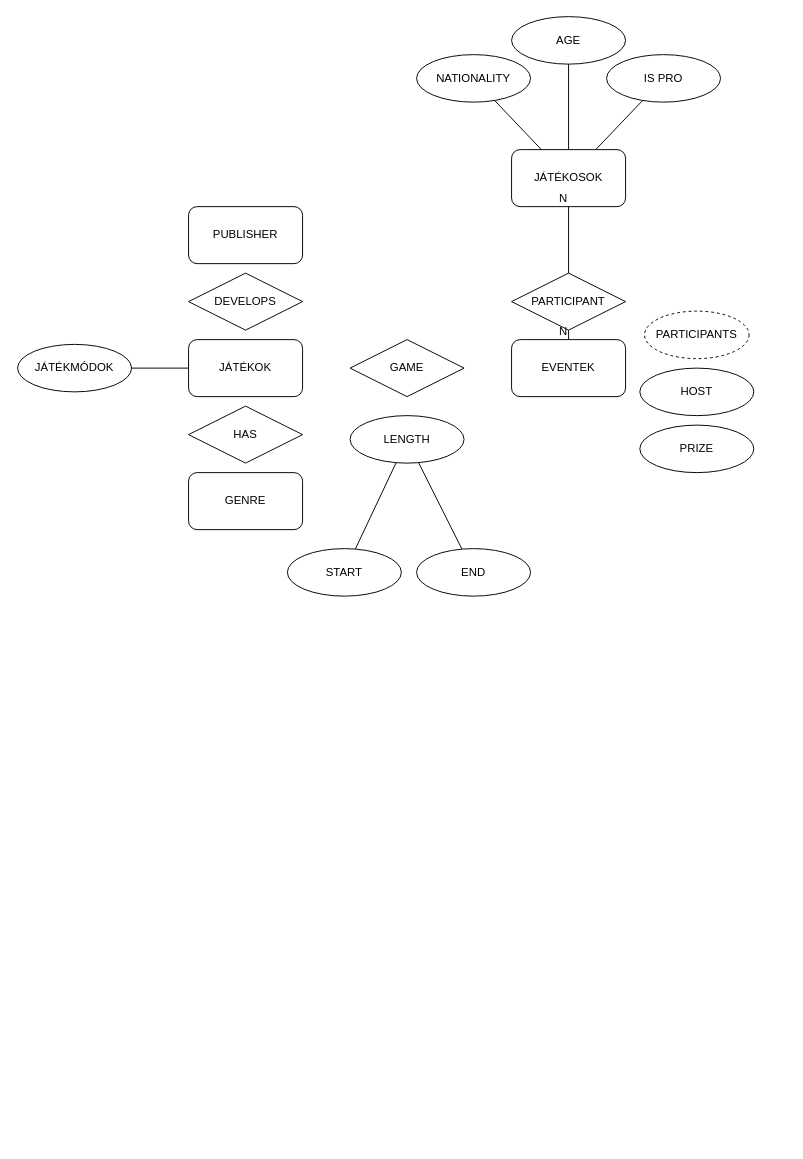
Earlier version of the draw.io diagram Wireframe/DATABASE_WIREFRAME.drawio (Travis-Scooter/eSportHub). Source tidied: cells renumbered, new cells numbered last; positions are measured from the earlier drawing's top-left corner, leaving out a move shared by most shapes. Both pictures are drawn from the tidied source at 95%, with x=0, y=0 at pixel (17, 16).
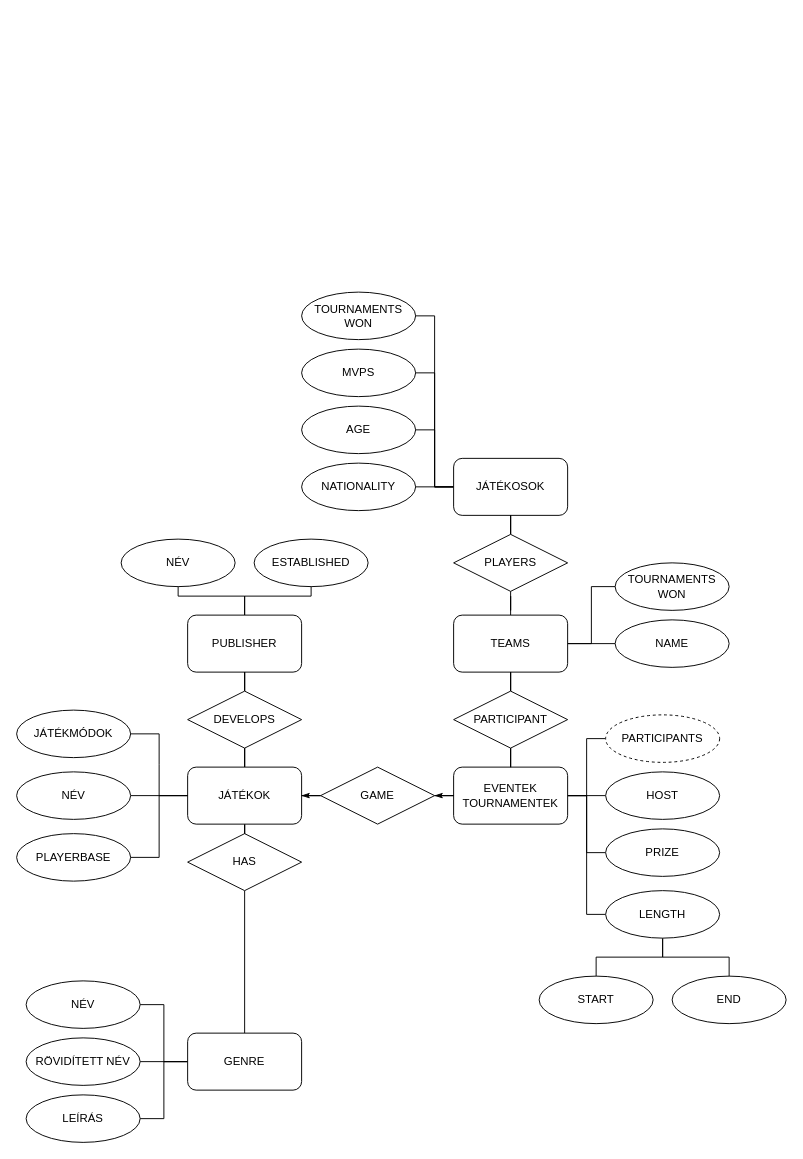
After the change.

Commit message:
finished database wireframe

What changed in the source:
```diff
@@
+    <mxCell id="10" style="edgeStyle=orthogonalEdgeStyle;rounded=0;jettySize=auto;html=1;entryX=1;entryY=0.5;entryDx=0;entryDy=0;endArrow=none;endFill=0;" parent="1" edge="1" source="2" target="7">
+      <mxGeometry relative="1" as="geometry" />
+    </mxCell>
+    <mxCell id="11" style="edgeStyle=orthogonalEdgeStyle;rounded=0;jettySize=auto;html=1;entryX=1;entryY=0.5;entryDx=0;entryDy=0;endArrow=none;endFill=0;" parent="1" edge="1" source="2" target="8">
+      <mxGeometry relative="1" as="geometry" />
+    </mxCell>
+    <mxCell id="31" style="edgeStyle=orthogonalEdgeStyle;rounded=0;jettySize=auto;html=1;entryX=1;entryY=0.5;entryDx=0;entryDy=0;endArrow=none;endFill=0;" parent="1" edge="1" source="2" target="61">
+      <mxGeometry relative="1" as="geometry" />
+    </mxCell>
+    <mxCell id="32" style="edgeStyle=orthogonalEdgeStyle;rounded=0;jettySize=auto;html=1;entryX=1;entryY=0.5;entryDx=0;entryDy=0;endArrow=none;endFill=0;" parent="1" edge="1" source="2" target="62">
+      <mxGeometry relative="1" as="geometry" />
+    </mxCell>
     <mxCell id="2" value="JÁTÉKOSOK" style="rounded=1;whiteSpace=wrap;html=1;" parent="1" vertex="1">
-      <mxGeometry x="520" y="140" width="120" height="60" as="geometry" />
+      <mxGeometry x="459" y="465" width="120" height="60" as="geometry" />
     </mxCell>
+    <mxCell id="33" style="edgeStyle=entityRelationEdgeStyle;rounded=0;jettySize=auto;html=1;curved=0;strokeColor=default;endArrow=none;endFill=0;" parent="1" edge="1" source="3" target="53">
+      <mxGeometry relative="1" as="geometry" />
+    </mxCell>
+    <mxCell id="34" style="edgeStyle=orthogonalEdgeStyle;rounded=0;jettySize=auto;html=1;endArrow=none;endFill=0;" parent="1" edge="1" source="3" target="29">
+      <mxGeometry relative="1" as="geometry" />
+    </mxCell>
+    <mxCell id="35" style="edgeStyle=orthogonalEdgeStyle;rounded=0;jettySize=auto;html=1;entryX=0.5;entryY=1;entryDx=0;entryDy=0;endArrow=none;endFill=0;" parent="1" edge="1" source="3" target="28">
+      <mxGeometry relative="1" as="geometry" />
+    </mxCell>
     <mxCell id="3" value="JÁTÉKOK" style="rounded=1;whiteSpace=wrap;html=1;" parent="1" vertex="1">
-      <mxGeometry x="180" y="340" width="120" height="60" as="geometry" />
+      <mxGeometry x="179" y="790" width="120" height="60" as="geometry" />
     </mxCell>
-    <mxCell id="4" value="EVENTEK" style="rounded=1;whiteSpace=wrap;html=1;" parent="1" vertex="1">
-      <mxGeometry x="520" y="340" width="120" height="60" as="geometry" />
-    </mxCell>
+    <mxCell id="36" style="edgeStyle=orthogonalEdgeStyle;rounded=0;jettySize=auto;html=1;entryX=0;entryY=0.5;entryDx=0;entryDy=0;endArrow=none;endFill=0;" parent="1" edge="1" source="40" target="26">
+      <mxGeometry relative="1" as="geometry" />
+    </mxCell>
+    <mxCell id="37" style="edgeStyle=orthogonalEdgeStyle;rounded=0;jettySize=auto;html=1;entryX=0;entryY=0.5;entryDx=0;entryDy=0;endArrow=none;endFill=0;" parent="1" edge="1" source="40" target="19">
+      <mxGeometry relative="1" as="geometry" />
+    </mxCell>
+    <mxCell id="38" style="edgeStyle=orthogonalEdgeStyle;rounded=0;jettySize=auto;html=1;entryX=0;entryY=0.5;entryDx=0;entryDy=0;endArrow=none;endFill=0;" parent="1" edge="1" source="40" target="18">
+      <mxGeometry relative="1" as="geometry" />
+    </mxCell>
+    <mxCell id="39" style="edgeStyle=orthogonalEdgeStyle;rounded=0;jettySize=auto;html=1;entryX=0;entryY=0.5;entryDx=0;entryDy=0;endArrow=none;endFill=0;" parent="1" edge="1" source="40" target="15">
+      <mxGeometry relative="1" as="geometry" />
+    </mxCell>
+    <mxCell id="40" value="EVENTEK&lt;br&gt;TOURNAMENTEK" style="rounded=1;whiteSpace=wrap;html=1;" parent="1" vertex="1">
+      <mxGeometry x="459" y="790" width="120" height="60" as="geometry" />
+    </mxCell>
     <mxCell id="5" value="JÁTÉKMÓDO&lt;span style=&quot;background-color: transparent; color: light-dark(rgb(0, 0, 0), rgb(255, 255, 255));&quot;&gt;K&lt;/span&gt;" style="ellipse;whiteSpace=wrap;html=1;" parent="1" vertex="1">
-      <mxGeometry y="345" width="120" height="50" as="geometry" />
+      <mxGeometry x="-1" y="730" width="120" height="50" as="geometry" />
     </mxCell>
@@
     <mxCell id="7" value="NATIONALITY" style="ellipse;whiteSpace=wrap;html=1;" parent="1" vertex="1">
-      <mxGeometry x="420" y="40" width="120" height="50" as="geometry" />
+      <mxGeometry x="299" y="470" width="120" height="50" as="geometry" />
     </mxCell>
     <mxCell id="8" value="AGE" style="ellipse;whiteSpace=wrap;html=1;" parent="1" vertex="1">
-      <mxGeometry x="520" width="120" height="50" as="geometry" />
+      <mxGeometry x="299" y="410" width="120" height="50" as="geometry" />
     </mxCell>
-    <mxCell id="9" value="IS PRO" style="ellipse;whiteSpace=wrap;html=1;" parent="1" vertex="1">
-      <mxGeometry x="620" y="40" width="120" height="50" as="geometry" />
-    </mxCell>
-    <mxCell id="10" style="endArrow=none;html=1;rounded=0;" parent="1" edge="1" source="2" target="7">
-      <mxGeometry relative="1" as="geometry" />
-    </mxCell>
-    <mxCell id="11" style="endArrow=none;html=1;rounded=0;" parent="1" edge="1" source="2" target="8">
-      <mxGeometry relative="1" as="geometry" />
-    </mxCell>
-    <mxCell id="12" style="endArrow=none;html=1;rounded=0;" parent="1" edge="1" source="9" target="2">
-      <mxGeometry relative="1" as="geometry" />
-    </mxCell>
+    <mxCell id="41" value="TOURNAMENTS WON" style="ellipse;whiteSpace=wrap;html=1;" parent="1" vertex="1">
+      <mxGeometry x="629" y="575" width="120" height="50" as="geometry" />
+    </mxCell>
     <mxCell id="13" value="START" style="ellipse;whiteSpace=wrap;html=1;" parent="1" vertex="1">
-      <mxGeometry x="284" y="560" width="120" height="50" as="geometry" />
+      <mxGeometry x="549" y="1010" width="120" height="50" as="geometry" />
     </mxCell>
     <mxCell id="14" value="END" style="ellipse;whiteSpace=wrap;html=1;" parent="1" vertex="1">
-      <mxGeometry x="420" y="560" width="120" height="50" as="geometry" />
+      <mxGeometry x="689" y="1010" width="120" height="50" as="geometry" />
     </mxCell>
-    <mxCell id="15" value="LENGTH" style="ellipse;whiteSpace=wrap;html=1;" parent="1" vertex="1">
-      <mxGeometry x="350" y="420" width="120" height="50" as="geometry" />
-    </mxCell>
-    <mxCell id="16" style="endArrow=none;html=1;rounded=0;" parent="1" edge="1" source="15" target="13">
+    <mxCell id="16" style="edgeStyle=orthogonalEdgeStyle;rounded=0;jettySize=auto;html=1;entryX=0.5;entryY=0;entryDx=0;entryDy=0;endArrow=none;endFill=0;" parent="1" edge="1" source="15" target="13">
       <mxGeometry relative="1" as="geometry" />
     </mxCell>
-    <mxCell id="17" style="endArrow=none;html=1;rounded=0;" parent="1" edge="1" source="15" target="14">
+    <mxCell id="17" style="edgeStyle=orthogonalEdgeStyle;rounded=0;jettySize=auto;html=1;entryX=0.5;entryY=0;entryDx=0;entryDy=0;endArrow=none;endFill=0;" parent="1" edge="1" source="15" target="14">
       <mxGeometry relative="1" as="geometry" />
     </mxCell>
+    <mxCell id="15" value="LENGTH" style="ellipse;whiteSpace=wrap;html=1;" parent="1" vertex="1">
+      <mxGeometry x="619" y="920" width="120" height="50" as="geometry" />
+    </mxCell>
     <mxCell id="18" value="HOST" style="ellipse;whiteSpace=wrap;html=1;" parent="1" vertex="1">
-      <mxGeometry x="655" y="370" width="120" height="50" as="geometry" />
+      <mxGeometry x="619" y="795" width="120" height="50" as="geometry" />
     </mxCell>
     <mxCell id="19" value="PRIZE" style="ellipse;whiteSpace=wrap;html=1;" parent="1" vertex="1">
-      <mxGeometry x="655" y="430" width="120" height="50" as="geometry" />
+      <mxGeometry x="619" y="855" width="120" height="50" as="geometry" />
     </mxCell>
+    <mxCell id="42" style="edgeStyle=orthogonalEdgeStyle;rounded=0;jettySize=auto;html=1;entryX=0.5;entryY=0;entryDx=0;entryDy=0;endArrow=none;endFill=0;" parent="1" edge="1" source="20" target="40">
+      <mxGeometry relative="1" as="geometry" />
+    </mxCell>
+    <mxCell id="43" style="edgeStyle=orthogonalEdgeStyle;rounded=0;jettySize=auto;html=1;entryX=0.5;entryY=1;entryDx=0;entryDy=0;endArrow=none;endFill=0;" parent="1" edge="1" source="20" target="68">
+      <mxGeometry relative="1" as="geometry" />
+    </mxCell>
     <mxCell id="20" value="PARTICIPANT" style="shape=rhombus;perimeter=rhombusPerimeter;whiteSpace=wrap;html=1;align=center;" parent="1" vertex="1">
-      <mxGeometry x="520" y="270" width="120" height="60" as="geometry" />
+      <mxGeometry x="459" y="710" width="120" height="60" as="geometry" />
     </mxCell>
-    <mxCell id="21" style="endArrow=none;html=1;rounded=0;entryX=0.5;entryY=0;entryDx=0;entryDy=0;exitX=0.5;exitY=1;exitDx=0;exitDy=0;" parent="1" edge="1" source="20" target="4">
-      <mxGeometry relative="1" as="geometry" />
-    </mxCell>
-    <mxCell id="22" value="N" style="html=1;whiteSpace=wrap;align=right;verticalAlign=bottom;" parent="21" vertex="1">
-      <mxGeometry x="1" relative="1" as="geometry" />
-    </mxCell>
-    <mxCell id="23" style="endArrow=none;html=1;rounded=0;entryX=0.5;entryY=1;entryDx=0;entryDy=0;exitX=0.5;exitY=0;exitDx=0;exitDy=0;" parent="1" edge="1" source="20" target="2">
-      <mxGeometry relative="1" as="geometry" />
-    </mxCell>
-    <mxCell id="24" value="N" style="html=1;whiteSpace=wrap;align=right;verticalAlign=bottom;" parent="23" vertex="1">
-      <mxGeometry x="1" relative="1" as="geometry" />
-    </mxCell>
+    <mxCell id="44" style="edgeStyle=orthogonalEdgeStyle;rounded=0;jettySize=auto;html=1;entryX=1;entryY=0.5;entryDx=0;entryDy=0;endArrow=classicThin;endFill=1;startArrow=none;startFill=0;" parent="1" edge="1" source="25" target="3">
+      <mxGeometry relative="1" as="geometry" />
+    </mxCell>
+    <mxCell id="45" style="edgeStyle=orthogonalEdgeStyle;rounded=0;jettySize=auto;html=1;entryX=0;entryY=0.5;entryDx=0;entryDy=0;endArrow=none;endFill=0;startArrow=classicThin;startFill=1;" parent="1" edge="1" source="25" target="40">
+      <mxGeometry relative="1" as="geometry" />
+    </mxCell>
     <mxCell id="25" value="GAME" style="shape=rhombus;perimeter=rhombusPerimeter;whiteSpace=wrap;html=1;align=center;" parent="1" vertex="1">
-      <mxGeometry x="350" y="340" width="120" height="60" as="geometry" />
+      <mxGeometry x="319" y="790" width="120" height="60" as="geometry" />
     </mxCell>
     <mxCell id="26" value="PARTICIPANTS" style="ellipse;whiteSpace=wrap;html=1;align=center;dashed=1;" parent="1" vertex="1">
-      <mxGeometry x="660" y="310" width="110" height="50" as="geometry" />
+      <mxGeometry x="619" y="735" width="120" height="50" as="geometry" />
     </mxCell>
+    <mxCell id="46" style="edgeStyle=orthogonalEdgeStyle;rounded=0;jettySize=auto;html=1;endArrow=none;endFill=0;" parent="1" edge="1" source="27" target="56">
+      <mxGeometry relative="1" as="geometry" />
+    </mxCell>
+    <mxCell id="47" style="edgeStyle=orthogonalEdgeStyle;rounded=0;jettySize=auto;html=1;endArrow=none;endFill=0;" parent="1" edge="1" source="27" target="57">
+      <mxGeometry relative="1" as="geometry" />
+    </mxCell>
     <mxCell id="27" value="PUBLISHER" style="rounded=1;whiteSpace=wrap;html=1;" parent="1" vertex="1">
-      <mxGeometry x="180" y="200" width="120" height="60" as="geometry" />
+      <mxGeometry x="179" y="630" width="120" height="60" as="geometry" />
     </mxCell>
+    <mxCell id="48" style="edgeStyle=orthogonalEdgeStyle;rounded=0;jettySize=auto;html=1;entryX=0.5;entryY=1;entryDx=0;entryDy=0;endArrow=none;endFill=0;" parent="1" edge="1" source="28" target="27">
+      <mxGeometry relative="1" as="geometry" />
+    </mxCell>
     <mxCell id="28" value="DEVELOPS" style="shape=rhombus;perimeter=rhombusPerimeter;whiteSpace=wrap;html=1;align=center;" parent="1" vertex="1">
-      <mxGeometry x="180" y="270" width="120" height="60" as="geometry" />
+      <mxGeometry x="179" y="710" width="120" height="60" as="geometry" />
     </mxCell>
+    <mxCell id="49" style="edgeStyle=orthogonalEdgeStyle;rounded=0;jettySize=auto;html=1;endArrow=none;endFill=0;" parent="1" edge="1" source="29" target="30">
+      <mxGeometry relative="1" as="geometry" />
+    </mxCell>
     <mxCell id="29" value="HAS" style="shape=rhombus;perimeter=rhombusPerimeter;whiteSpace=wrap;html=1;align=center;" parent="1" vertex="1">
-      <mxGeometry x="180" y="410" width="120" height="60" as="geometry" />
+      <mxGeometry x="179" y="860" width="120" height="60" as="geometry" />
     </mxCell>
+    <mxCell id="50" style="edgeStyle=orthogonalEdgeStyle;rounded=0;jettySize=auto;html=1;entryX=1;entryY=0.5;entryDx=0;entryDy=0;endArrow=none;endFill=0;" parent="1" edge="1" source="30" target="58">
+      <mxGeometry relative="1" as="geometry" />
+    </mxCell>
+    <mxCell id="51" style="edgeStyle=orthogonalEdgeStyle;rounded=0;jettySize=auto;html=1;entryX=1;entryY=0.5;entryDx=0;entryDy=0;endArrow=none;endFill=0;" parent="1" edge="1" source="30" target="59">
+      <mxGeometry relative="1" as="geometry" />
+    </mxCell>
+    <mxCell id="52" style="edgeStyle=orthogonalEdgeStyle;rounded=0;jettySize=auto;html=1;entryX=1;entryY=0.5;entryDx=0;entryDy=0;endArrow=none;endFill=0;" parent="1" edge="1" source="30" target="60">
+      <mxGeometry relative="1" as="geometry" />
+    </mxCell>
     <mxCell id="30" value="GENRE" style="rounded=1;whiteSpace=wrap;html=1;" parent="1" vertex="1">
-      <mxGeometry x="180" y="480" width="120" height="60" as="geometry" />
+      <mxGeometry x="179" y="1070" width="120" height="60" as="geometry" />
     </mxCell>
+    <mxCell id="53" value="NÉV" style="ellipse;whiteSpace=wrap;html=1;rounded=1;" parent="1" vertex="1">
+      <mxGeometry x="-1" y="795" width="120" height="50" as="geometry" />
+    </mxCell>
+    <mxCell id="54" value="PLAYERBASE" style="ellipse;whiteSpace=wrap;html=1;rounded=1;" parent="1" vertex="1">
+      <mxGeometry x="-1" y="860" width="120" height="50" as="geometry" />
+    </mxCell>
+    <mxCell id="55" style="edgeStyle=entityRelationEdgeStyle;rounded=0;jettySize=auto;html=1;curved=0;endArrow=none;endFill=0;exitX=0;exitY=0.5;exitDx=0;exitDy=0;entryX=1;entryY=0.5;entryDx=0;entryDy=0;startArrow=none;startFill=0;" parent="1" edge="1" source="3" target="54">
+      <mxGeometry relative="1" as="geometry" />
+    </mxCell>
+    <mxCell id="56" value="ESTABLISHED" style="ellipse;whiteSpace=wrap;html=1;rounded=1;" parent="1" vertex="1">
+      <mxGeometry x="249" y="550" width="120" height="50" as="geometry" />
+    </mxCell>
+    <mxCell id="57" value="NÉV" style="ellipse;whiteSpace=wrap;html=1;rounded=1;" parent="1" vertex="1">
+      <mxGeometry x="109" y="550" width="120" height="50" as="geometry" />
+    </mxCell>
+    <mxCell id="58" value="NÉV" style="ellipse;whiteSpace=wrap;html=1;rounded=1;" parent="1" vertex="1">
+      <mxGeometry x="9" y="1015" width="120" height="50" as="geometry" />
+    </mxCell>
+    <mxCell id="59" value="RÖVIDÍTETT NÉV" style="ellipse;whiteSpace=wrap;html=1;rounded=1;" parent="1" vertex="1">
+      <mxGeometry x="9" y="1075" width="120" height="50" as="geometry" />
+    </mxCell>
+    <mxCell id="60" value="LEÍRÁS" style="ellipse;whiteSpace=wrap;html=1;rounded=1;" parent="1" vertex="1">
+      <mxGeometry x="9" y="1135" width="120" height="50" as="geometry" />
+    </mxCell>
+    <mxCell id="61" value="MVPS" style="ellipse;whiteSpace=wrap;html=1;" parent="1" vertex="1">
+      <mxGeometry x="299" y="350" width="120" height="50" as="geometry" />
+    </mxCell>
+    <mxCell id="62" value="TOURNAMENTS WON" style="ellipse;whiteSpace=wrap;html=1;" parent="1" vertex="1">
+      <mxGeometry x="299" y="290" width="120" height="50" as="geometry" />
+    </mxCell>
+    <mxCell id="63" style="edgeStyle=orthogonalEdgeStyle;rounded=0;jettySize=auto;html=1;entryX=0.5;entryY=1;entryDx=0;entryDy=0;endArrow=none;endFill=0;" parent="1" edge="1" source="64" target="2">
+      <mxGeometry relative="1" as="geometry" />
+    </mxCell>
+    <mxCell id="64" value="PLAYERS" style="shape=rhombus;perimeter=rhombusPerimeter;whiteSpace=wrap;html=1;align=center;" parent="1" vertex="1">
+      <mxGeometry x="459" y="545" width="120" height="60" as="geometry" />
+    </mxCell>
+    <mxCell id="65" style="edgeStyle=orthogonalEdgeStyle;rounded=0;jettySize=auto;html=1;entryX=0;entryY=0.5;entryDx=0;entryDy=0;endArrow=none;endFill=0;" parent="1" edge="1" source="68" target="69">
+      <mxGeometry relative="1" as="geometry" />
+    </mxCell>
+    <mxCell id="66" style="edgeStyle=orthogonalEdgeStyle;rounded=0;jettySize=auto;html=1;entryX=0;entryY=0.5;entryDx=0;entryDy=0;endArrow=none;endFill=0;" parent="1" edge="1" source="68" target="41">
+      <mxGeometry relative="1" as="geometry" />
+    </mxCell>
+    <mxCell id="67" style="edgeStyle=orthogonalEdgeStyle;rounded=0;jettySize=auto;html=1;entryX=0.5;entryY=1;entryDx=0;entryDy=0;endArrow=none;endFill=0;" parent="1" edge="1" source="68" target="64">
+      <mxGeometry relative="1" as="geometry" />
+    </mxCell>
+    <mxCell id="68" value="TEAMS" style="rounded=1;whiteSpace=wrap;html=1;" parent="1" vertex="1">
+      <mxGeometry x="459" y="630" width="120" height="60" as="geometry" />
+    </mxCell>
+    <mxCell id="69" value="NAME" style="ellipse;whiteSpace=wrap;html=1;" parent="1" vertex="1">
+      <mxGeometry x="629" y="635" width="120" height="50" as="geometry" />
+    </mxCell>
```
